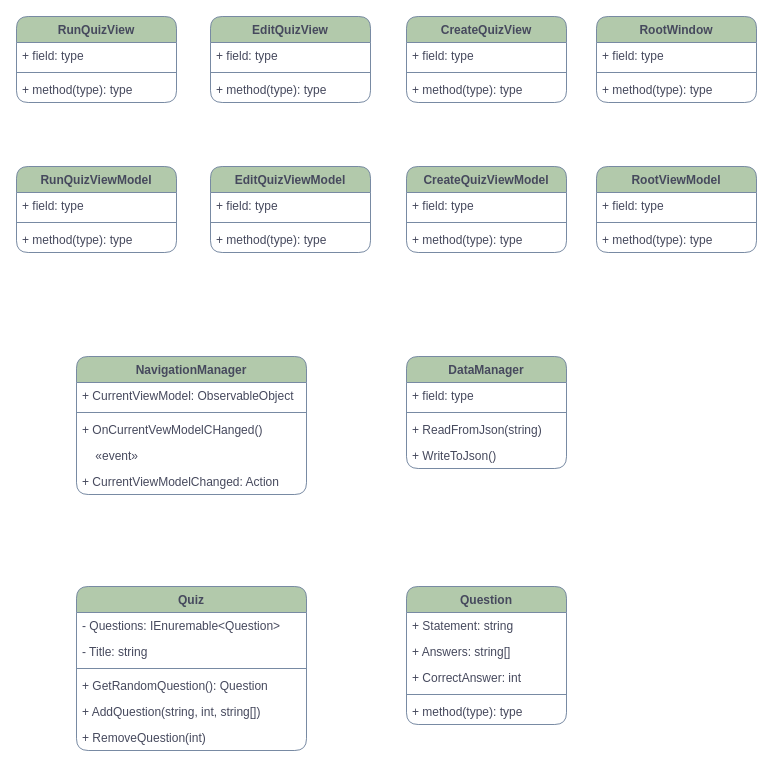
Above: Labb 3.drawio in pinkros/Exercises (draw.io), before the change. Source tidied: cells renumbered, new cells numbered last; positions are measured from the earlier drawing's top-left corner, leaving out a move shared by most shapes. Both pictures are drawn from the tidied source at 100%, with x=0, y=0 at pixel (16, 16).
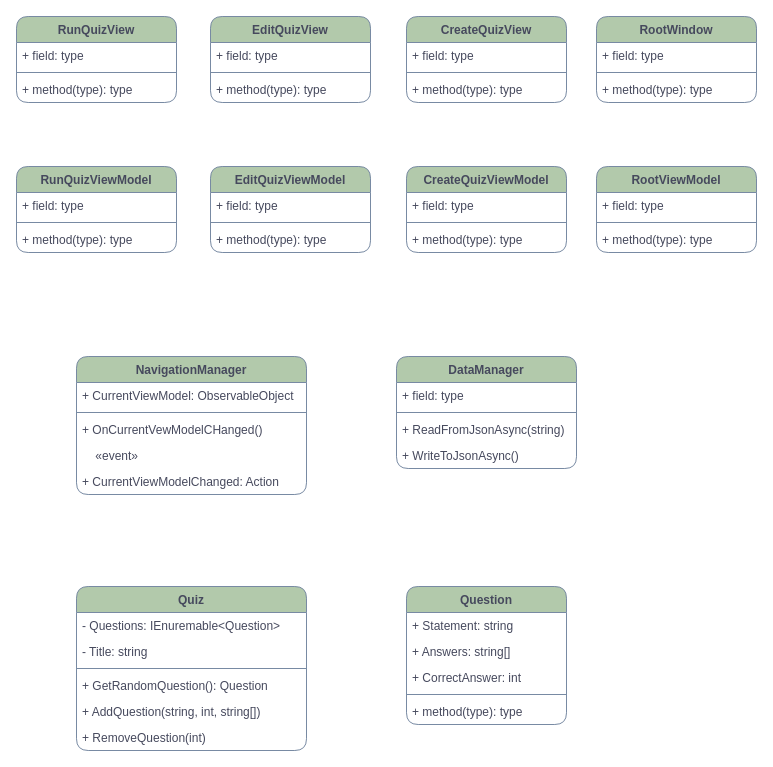
Above is the later version.

The edit, as a diff of the source:
```diff
@@
     <mxCell id="45" value="DataManager" style="swimlane;fontStyle=1;align=center;verticalAlign=top;horizontal=1;startSize=26;rounded=1;fillColor=#B2C9AB;strokeColor=#788AA3;fontColor=#46495D;" parent="1" vertex="1">
-      <mxGeometry x="390" y="340" width="160" height="112" as="geometry" />
+      <mxGeometry x="380" y="340" width="180" height="112" as="geometry" />
     </mxCell>
     <mxCell id="46" value="+ field: type" style="text;strokeColor=none;fillColor=none;align=left;verticalAlign=top;spacingLeft=4;spacingRight=4;overflow=hidden;rounded=1;fontColor=#46495D;" parent="45" vertex="1">
-      <mxGeometry y="26" width="160" height="26" as="geometry" />
+      <mxGeometry y="26" width="180" height="26" as="geometry" />
     </mxCell>
     <mxCell id="47" style="line;strokeWidth=1;fillColor=none;align=left;verticalAlign=middle;spacingTop=-1;spacingLeft=3;spacingRight=3;labelPosition=right;strokeColor=#788AA3;rounded=1;fontColor=#46495D;" parent="45" vertex="1">
-      <mxGeometry y="52" width="160" height="8" as="geometry" />
+      <mxGeometry y="52" width="180" height="8" as="geometry" />
     </mxCell>
-    <mxCell id="48" value="+ ReadFromJson(string)" style="text;strokeColor=none;fillColor=none;align=left;verticalAlign=top;spacingLeft=4;spacingRight=4;overflow=hidden;rounded=1;fontColor=#46495D;" parent="45" vertex="1">
-      <mxGeometry y="60" width="160" height="26" as="geometry" />
+    <mxCell id="48" value="+ ReadFromJsonAsync(string)" style="text;strokeColor=none;fillColor=none;align=left;verticalAlign=top;spacingLeft=4;spacingRight=4;overflow=hidden;rounded=1;fontColor=#46495D;" parent="45" vertex="1">
+      <mxGeometry y="60" width="180" height="26" as="geometry" />
     </mxCell>
-    <mxCell id="49" value="+ WriteToJson()" style="text;strokeColor=none;fillColor=none;align=left;verticalAlign=top;spacingLeft=4;spacingRight=4;overflow=hidden;rounded=1;fontColor=#46495D;" parent="45" vertex="1">
-      <mxGeometry y="86" width="160" height="26" as="geometry" />
+    <mxCell id="49" value="+ WriteToJsonAsync()" style="text;strokeColor=none;fillColor=none;align=left;verticalAlign=top;spacingLeft=4;spacingRight=4;overflow=hidden;rounded=1;fontColor=#46495D;" parent="45" vertex="1">
+      <mxGeometry y="86" width="180" height="26" as="geometry" />
     </mxCell>
```
